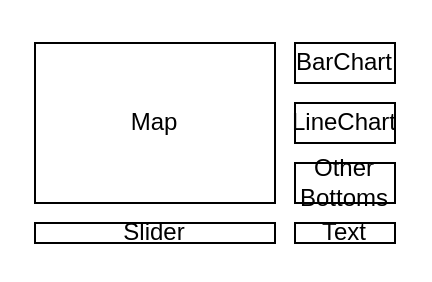
The draw.io diagram 未命名绘图.drawio in GongSicong/DataVisualization, before the edit. Source tidied: cells renumbered, new cells numbered last; positions are measured from the earlier drawing's top-left corner, leaving out a move shared by most shapes. Both pictures are drawn from the tidied source at 200%, with x=0, y=0 at pixel (34, 42).
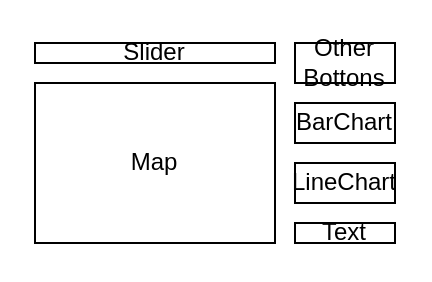
The same page after the edit.

Commit message (it also covers changes not shown here):
更新未命名绘图.drawio

The edit, as a diff of the source:
```diff
@@
 <mxGraphModel>
   <root>
     <mxCell id="0" />
     <mxCell id="1" parent="0" />
     <mxCell id="2" value="Map" style="rounded=0;whiteSpace=wrap;html=1;" parent="1" vertex="1">
-      <mxGeometry width="120" height="80" as="geometry" />
+      <mxGeometry y="20" width="120" height="80" as="geometry" />
     </mxCell>
     <mxCell id="3" value="BarChart" style="rounded=0;whiteSpace=wrap;html=1;" parent="1" vertex="1">
-      <mxGeometry x="130" width="50" height="20" as="geometry" />
+      <mxGeometry x="130" y="30" width="50" height="20" as="geometry" />
     </mxCell>
     <mxCell id="4" value="LineChart" style="rounded=0;whiteSpace=wrap;html=1;" parent="1" vertex="1">
-      <mxGeometry x="130" y="30" width="50" height="20" as="geometry" />
+      <mxGeometry x="130" y="60" width="50" height="20" as="geometry" />
     </mxCell>
-    <mxCell id="5" value="Other Bottoms" style="rounded=0;whiteSpace=wrap;html=1;" parent="1" vertex="1">
-      <mxGeometry x="130" y="60" width="50" height="20" as="geometry" />
+    <mxCell id="5" value="Other Bottons" style="rounded=0;whiteSpace=wrap;html=1;" parent="1" vertex="1">
+      <mxGeometry x="130" width="50" height="20" as="geometry" />
     </mxCell>
     <mxCell id="6" value="Slider" style="rounded=0;whiteSpace=wrap;html=1;" parent="1" vertex="1">
-      <mxGeometry y="90" width="120" height="10" as="geometry" />
+      <mxGeometry width="120" height="10" as="geometry" />
     </mxCell>
     <mxCell id="7" value="Text" style="rounded=0;whiteSpace=wrap;html=1;" parent="1" vertex="1">
       <mxGeometry x="130" y="90" width="50" height="10" as="geometry" />
     </mxCell>
   </root>
 </mxGraphModel>
```
